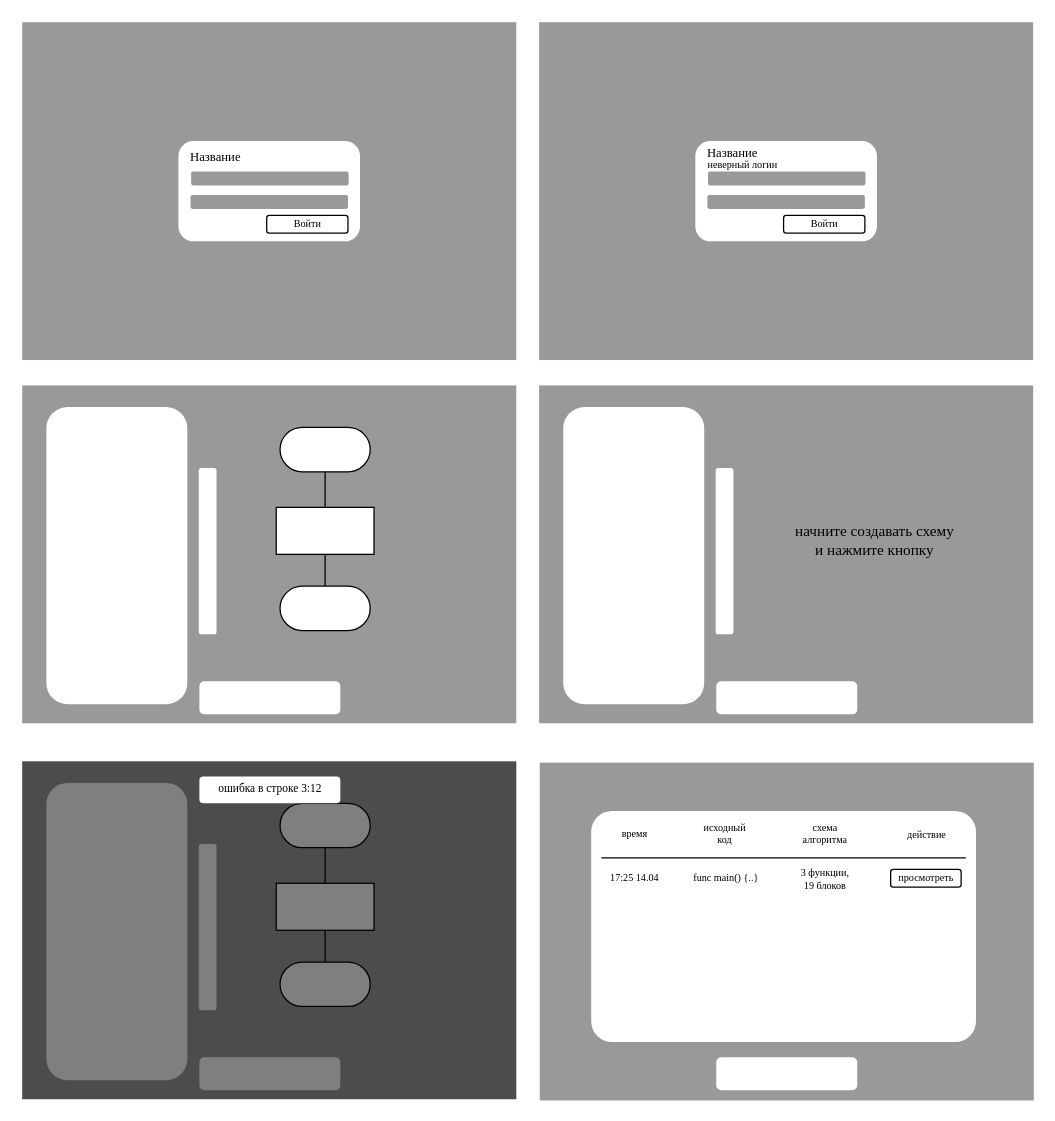
madopew/ctog keeps this draw.io diagram as docs/graphics/pages.drawio. Above is the earlier version. Source tidied: cells renumbered, new cells numbered last; positions are measured from the earlier drawing's top-left corner, leaving out a move shared by most shapes. Both pictures are drawn from the tidied source at 127%, with x=0, y=0 at pixel (22, 22).
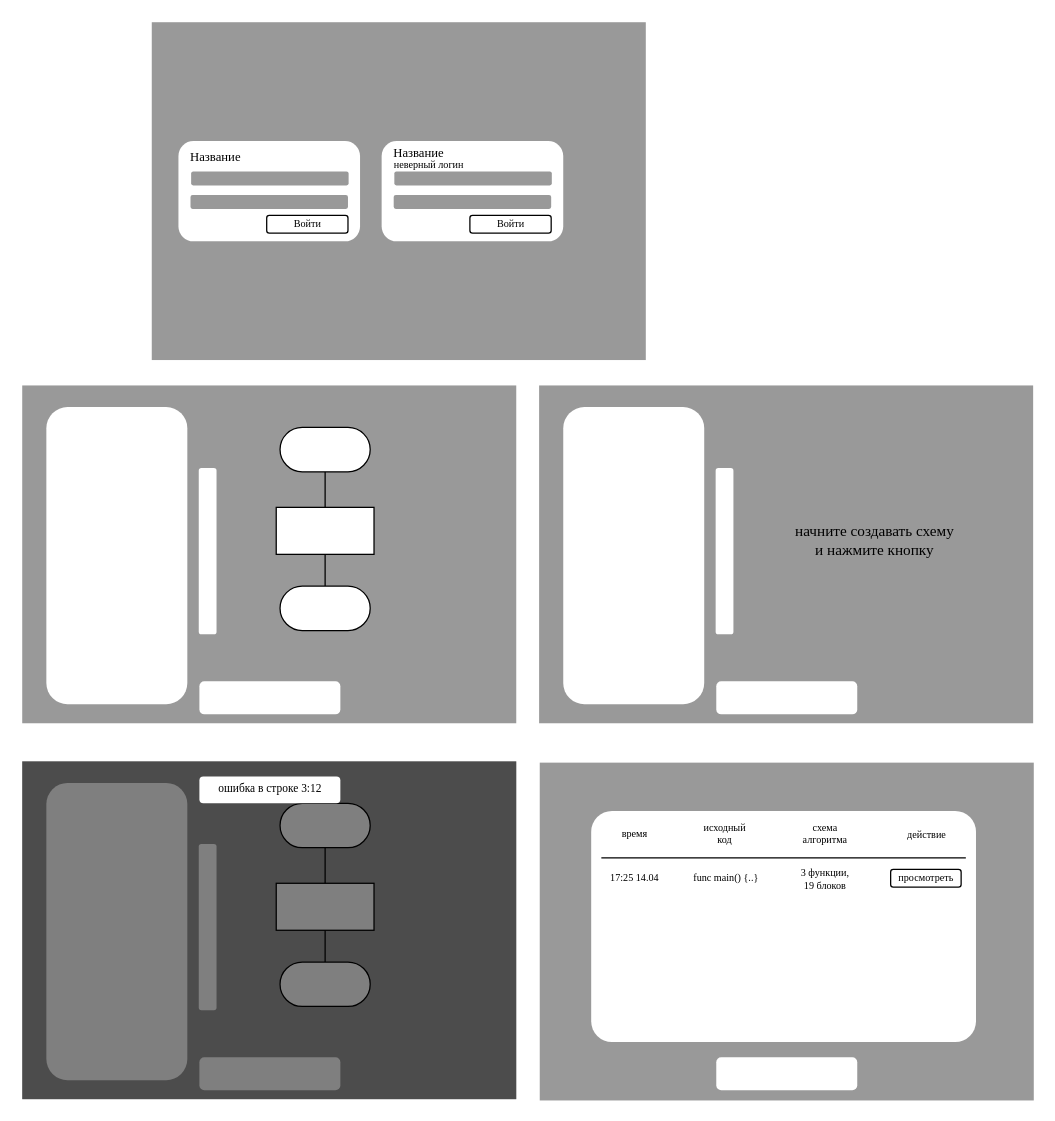
Above is the later version.

Change to the diagram source:
```diff
@@
     <mxCell id="2" style="rounded=0;whiteSpace=wrap;html=1;fillColor=#999999;strokeColor=none;" parent="1" vertex="1">
-      <mxGeometry width="389" height="266" as="geometry" />
+      <mxGeometry x="102" width="389" height="266" as="geometry" />
     </mxCell>
@@
-    <mxCell id="8" style="rounded=0;whiteSpace=wrap;html=1;fillColor=#999999;strokeColor=none;" parent="1" vertex="1">
-      <mxGeometry x="407" width="389" height="266" as="geometry" />
-    </mxCell>
     <mxCell id="9" style="rounded=1;whiteSpace=wrap;html=1;strokeColor=none;" parent="1" vertex="1">
-      <mxGeometry x="530" y="93.5" width="143" height="79" as="geometry" />
+      <mxGeometry x="283" y="93.5" width="143" height="79" as="geometry" />
     </mxCell>
     <mxCell id="10" value="Название" style="text;html=1;align=center;verticalAlign=middle;strokeColor=none;fillColor=none;fontFamily=Times New Roman;fontSize=10;" parent="1" vertex="1">
-      <mxGeometry x="530" y="91" width="58" height="24" as="geometry" />
+      <mxGeometry x="283" y="91" width="58" height="24" as="geometry" />
     </mxCell>
     <mxCell id="11" style="rounded=1;whiteSpace=wrap;html=1;fillColor=#999999;strokeColor=none;" parent="1" vertex="1">
-      <mxGeometry x="540" y="117.5" width="124" height="11" as="geometry" />
+      <mxGeometry x="293" y="117.5" width="124" height="11" as="geometry" />
     </mxCell>
     <mxCell id="12" style="rounded=1;whiteSpace=wrap;html=1;fillColor=#999999;strokeColor=none;" parent="1" vertex="1">
-      <mxGeometry x="539.5" y="136" width="124" height="11" as="geometry" />
+      <mxGeometry x="292.5" y="136" width="124" height="11" as="geometry" />
     </mxCell>
     <mxCell id="13" value="Войти" style="rounded=1;whiteSpace=wrap;html=1;fontFamily=Times New Roman;fontSize=8;strokeWidth=1;" parent="1" vertex="1">
-      <mxGeometry x="599.5" y="152" width="64" height="14" as="geometry" />
+      <mxGeometry x="352.5" y="152" width="64" height="14" as="geometry" />
     </mxCell>
     <mxCell id="14" value="неверный логин" style="text;html=1;align=center;verticalAlign=middle;strokeColor=none;fillColor=none;fontFamily=Times New Roman;fontSize=8;" parent="1" vertex="1">
-      <mxGeometry x="530" y="101" width="73" height="22" as="geometry" />
+      <mxGeometry x="283" y="101" width="73" height="22" as="geometry" />
     </mxCell>
```
